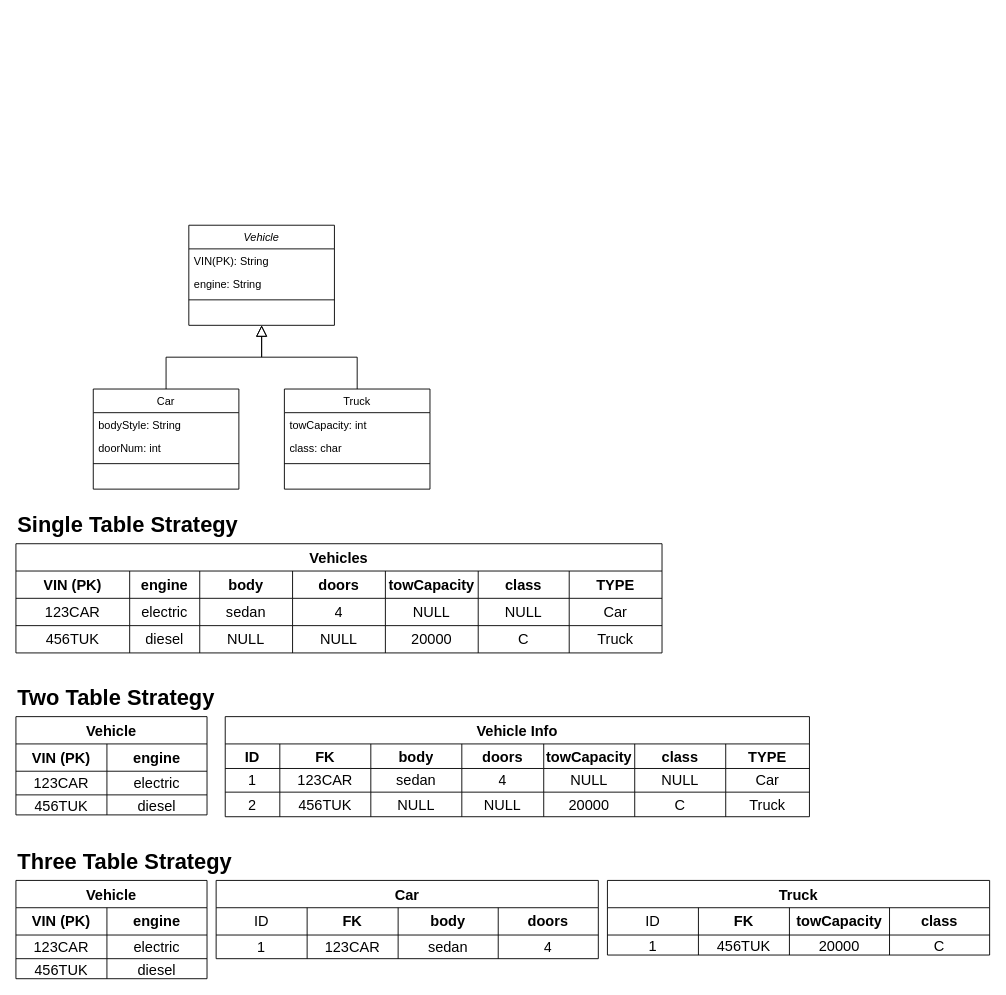
Above: Portfolio1.drawio in micahsellis/UMLs (draw.io), before the change. Source tidied: cells renumbered, new cells numbered last; positions are measured from the earlier drawing's top-left corner, leaving out a move shared by most shapes. Both pictures are drawn from the tidied source at 91%, with x=0, y=0 at pixel (15, 225).
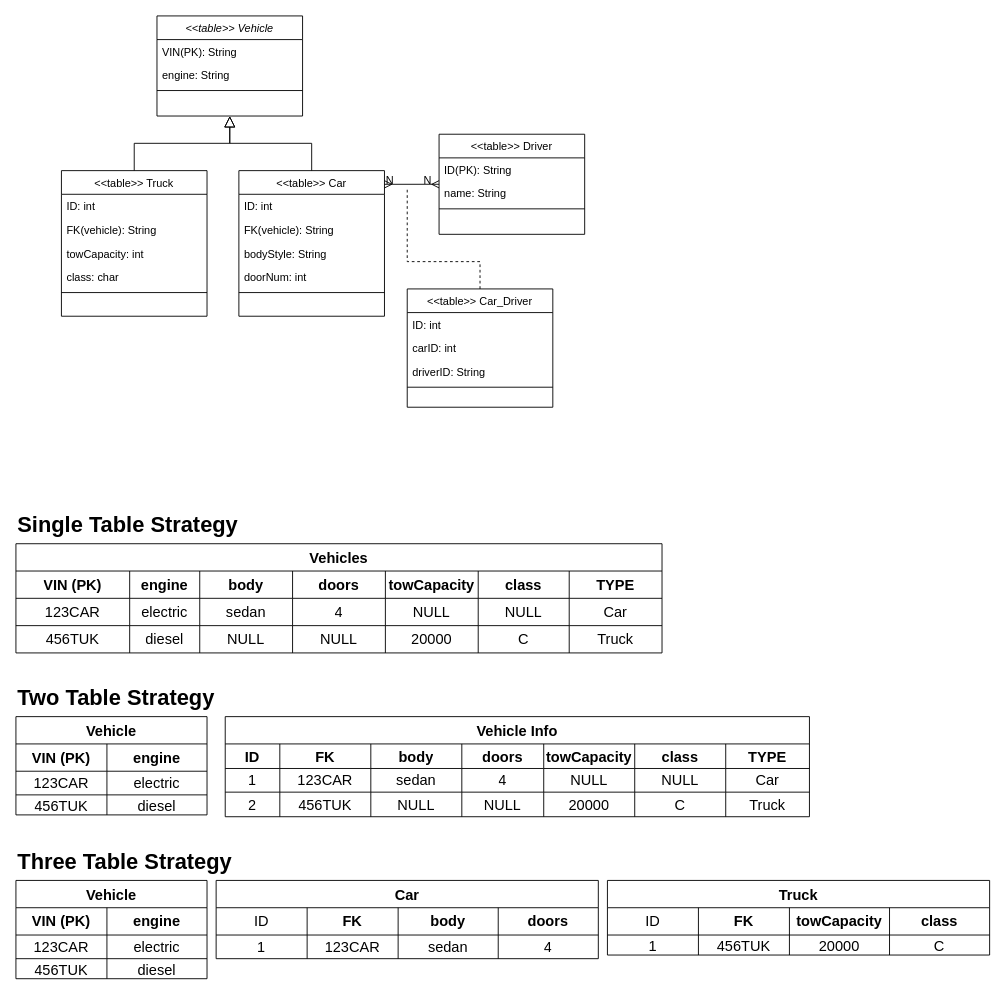
The same diagram, later.

What changed in the source:
```diff
@@
-    <mxCell id="2" value="Vehicle" style="swimlane;fontStyle=2;align=center;verticalAlign=top;horizontal=1;startSize=26;rounded=0;shadow=0;strokeWidth=1;" parent="1" vertex="1">
-      <mxGeometry x="190" width="160" height="110" as="geometry" />
+    <mxCell id="2" value="&lt;&lt;table&gt;&gt; Vehicle" style="swimlane;fontStyle=2;align=center;verticalAlign=top;horizontal=1;startSize=26;rounded=0;shadow=0;strokeWidth=1;" parent="1" vertex="1">
+      <mxGeometry x="155" y="-230" width="160" height="110" as="geometry" />
     </mxCell>
@@
-    <mxCell id="6" value="Car" style="swimlane;fontStyle=0;align=center;verticalAlign=top;horizontal=1;startSize=26;rounded=0;shadow=0;strokeWidth=1;" parent="1" vertex="1">
-      <mxGeometry x="85" y="180" width="160" height="110" as="geometry" />
+    <mxCell id="6" value="&lt;&lt;table&gt;&gt; Car" style="swimlane;fontStyle=0;align=center;verticalAlign=top;horizontal=1;startSize=26;rounded=0;shadow=0;strokeWidth=1;" parent="1" vertex="1">
+      <mxGeometry x="245" y="-60" width="160" height="160" as="geometry" />
     </mxCell>
+    <mxCell id="111" value="ID: int" style="text;align=left;verticalAlign=top;spacingLeft=4;spacingRight=4;overflow=hidden;" parent="6" vertex="1">
+      <mxGeometry y="26" width="160" height="26" as="geometry" />
+    </mxCell>
+    <mxCell id="112" value="FK(vehicle): String" style="text;align=left;verticalAlign=top;spacingLeft=4;spacingRight=4;overflow=hidden;" parent="6" vertex="1">
+      <mxGeometry y="52" width="160" height="26" as="geometry" />
+    </mxCell>
     <mxCell id="7" value="bodyStyle: String" style="text;align=left;verticalAlign=top;spacingLeft=4;spacingRight=4;overflow=hidden;" parent="6" vertex="1">
-      <mxGeometry y="26" width="160" height="26" as="geometry" />
+      <mxGeometry y="78" width="160" height="26" as="geometry" />
     </mxCell>
     <mxCell id="8" value="doorNum: int" style="text;align=left;verticalAlign=top;spacingLeft=4;spacingRight=4;overflow=hidden;rounded=0;shadow=0;html=0;" parent="6" vertex="1">
-      <mxGeometry y="52" width="160" height="26" as="geometry" />
+      <mxGeometry y="104" width="160" height="26" as="geometry" />
     </mxCell>
     <mxCell id="9" style="line;html=1;strokeWidth=1;align=left;verticalAlign=middle;spacingTop=-1;spacingLeft=3;spacingRight=3;labelPosition=right;" parent="6" vertex="1">
-      <mxGeometry y="78" width="160" height="8" as="geometry" />
+      <mxGeometry y="130" width="160" height="8" as="geometry" />
     </mxCell>
@@
-    <mxCell id="11" value="Truck" style="swimlane;fontStyle=0;align=center;verticalAlign=top;horizontal=1;startSize=26;rounded=0;shadow=0;strokeWidth=1;" parent="1" vertex="1">
-      <mxGeometry x="295" y="180" width="160" height="110" as="geometry" />
+    <mxCell id="11" value="&lt;&lt;table&gt;&gt; Truck" style="swimlane;fontStyle=0;align=center;verticalAlign=top;horizontal=1;startSize=26;rounded=0;shadow=0;strokeWidth=1;" parent="1" vertex="1">
+      <mxGeometry x="50" y="-60" width="160" height="160" as="geometry" />
     </mxCell>
-    <mxCell id="12" value="towCapacity: int" style="text;align=left;verticalAlign=top;spacingLeft=4;spacingRight=4;overflow=hidden;" parent="11" vertex="1">
+    <mxCell id="12" value="ID: int" style="text;align=left;verticalAlign=top;spacingLeft=4;spacingRight=4;overflow=hidden;" parent="11" vertex="1">
       <mxGeometry y="26" width="160" height="26" as="geometry" />
     </mxCell>
+    <mxCell id="113" value="FK(vehicle): String" style="text;align=left;verticalAlign=top;spacingLeft=4;spacingRight=4;overflow=hidden;" parent="11" vertex="1">
+      <mxGeometry y="52" width="160" height="26" as="geometry" />
+    </mxCell>
+    <mxCell id="114" value="towCapacity: int" style="text;align=left;verticalAlign=top;spacingLeft=4;spacingRight=4;overflow=hidden;" parent="11" vertex="1">
+      <mxGeometry y="78" width="160" height="26" as="geometry" />
+    </mxCell>
     <mxCell id="13" value="class: char" style="text;align=left;verticalAlign=top;spacingLeft=4;spacingRight=4;overflow=hidden;" parent="11" vertex="1">
-      <mxGeometry y="52" width="160" height="26" as="geometry" />
+      <mxGeometry y="104" width="160" height="26" as="geometry" />
     </mxCell>
     <mxCell id="14" style="line;html=1;strokeWidth=1;align=left;verticalAlign=middle;spacingTop=-1;spacingLeft=3;spacingRight=3;labelPosition=right;" parent="11" vertex="1">
-      <mxGeometry y="78" width="160" height="8" as="geometry" />
+      <mxGeometry y="130" width="160" height="8" as="geometry" />
     </mxCell>
@@
+    <mxCell id="115" value="&lt;&lt;table&gt;&gt; Driver" style="swimlane;fontStyle=0;align=center;verticalAlign=top;horizontal=1;startSize=26;rounded=0;shadow=0;strokeWidth=1;" parent="1" vertex="1">
+      <mxGeometry x="465" y="-100" width="160" height="110" as="geometry" />
+    </mxCell>
+    <mxCell id="116" value="ID(PK): String" style="text;align=left;verticalAlign=top;spacingLeft=4;spacingRight=4;overflow=hidden;" parent="115" vertex="1">
+      <mxGeometry y="26" width="160" height="26" as="geometry" />
+    </mxCell>
+    <mxCell id="117" value="name: String" style="text;align=left;verticalAlign=top;spacingLeft=4;spacingRight=4;overflow=hidden;rounded=0;shadow=0;html=0;" parent="115" vertex="1">
+      <mxGeometry y="52" width="160" height="26" as="geometry" />
+    </mxCell>
+    <mxCell id="118" style="line;html=1;strokeWidth=1;align=left;verticalAlign=middle;spacingTop=-1;spacingLeft=3;spacingRight=3;labelPosition=right;" parent="115" vertex="1">
+      <mxGeometry y="78" width="160" height="8" as="geometry" />
+    </mxCell>
+    <mxCell id="119" style="endArrow=ERmany;shadow=0;strokeWidth=1;rounded=0;endFill=0;edgeStyle=elbowEdgeStyle;elbow=vertical;startArrow=ERmany;startFill=0;exitX=1;exitY=0.094;exitDx=0;exitDy=0;exitPerimeter=0;" parent="1" edge="1" source="6" target="115">
+      <mxGeometry x="0.5" y="41" relative="1" as="geometry">
+        <mxPoint x="-40" y="32" as="offset" />
+      </mxGeometry>
+    </mxCell>
+    <mxCell id="120" value="N" style="align=left;verticalAlign=bottom;labelBackgroundColor=none;fontSize=12;" parent="119" vertex="1">
+      <mxGeometry x="-1" relative="1" as="geometry">
+        <mxPoint y="4" as="offset" />
+      </mxGeometry>
+    </mxCell>
+    <mxCell id="121" value="N" style="align=right;verticalAlign=bottom;labelBackgroundColor=none;fontSize=12;" parent="119" vertex="1">
+      <mxGeometry x="1" relative="1" as="geometry">
+        <mxPoint x="-7" y="4" as="offset" />
+      </mxGeometry>
+    </mxCell>
+    <mxCell id="122" value="&lt;&lt;table&gt;&gt; Car_Driver" style="swimlane;fontStyle=0;align=center;verticalAlign=top;horizontal=1;startSize=26;rounded=0;shadow=0;strokeWidth=1;" parent="1" vertex="1">
+      <mxGeometry x="430" y="70" width="160" height="130" as="geometry" />
+    </mxCell>
+    <mxCell id="123" value="ID: int" style="text;align=left;verticalAlign=top;spacingLeft=4;spacingRight=4;overflow=hidden;" parent="122" vertex="1">
+      <mxGeometry y="26" width="160" height="26" as="geometry" />
+    </mxCell>
+    <mxCell id="124" value="carID: int" style="text;align=left;verticalAlign=top;spacingLeft=4;spacingRight=4;overflow=hidden;" parent="122" vertex="1">
+      <mxGeometry y="52" width="160" height="26" as="geometry" />
+    </mxCell>
+    <mxCell id="125" value="driverID: String" style="text;align=left;verticalAlign=top;spacingLeft=4;spacingRight=4;overflow=hidden;" parent="122" vertex="1">
+      <mxGeometry y="78" width="160" height="26" as="geometry" />
+    </mxCell>
+    <mxCell id="126" style="line;html=1;strokeWidth=1;align=left;verticalAlign=middle;spacingTop=-1;spacingLeft=3;spacingRight=3;labelPosition=right;" parent="122" vertex="1">
+      <mxGeometry y="104" width="160" height="8" as="geometry" />
+    </mxCell>
+    <mxCell id="127" style="endArrow=none;dashed=1;html=1;rounded=0;exitX=0.5;exitY=0;exitDx=0;exitDy=0;" parent="1" edge="1" source="122">
+      <mxGeometry relative="1" as="geometry">
+        <mxPoint x="430" y="-40" as="targetPoint" />
+        <Array as="points">
+          <mxPoint x="510" y="40" />
+          <mxPoint x="430" y="40" />
+        </Array>
+      </mxGeometry>
+    </mxCell>
```
